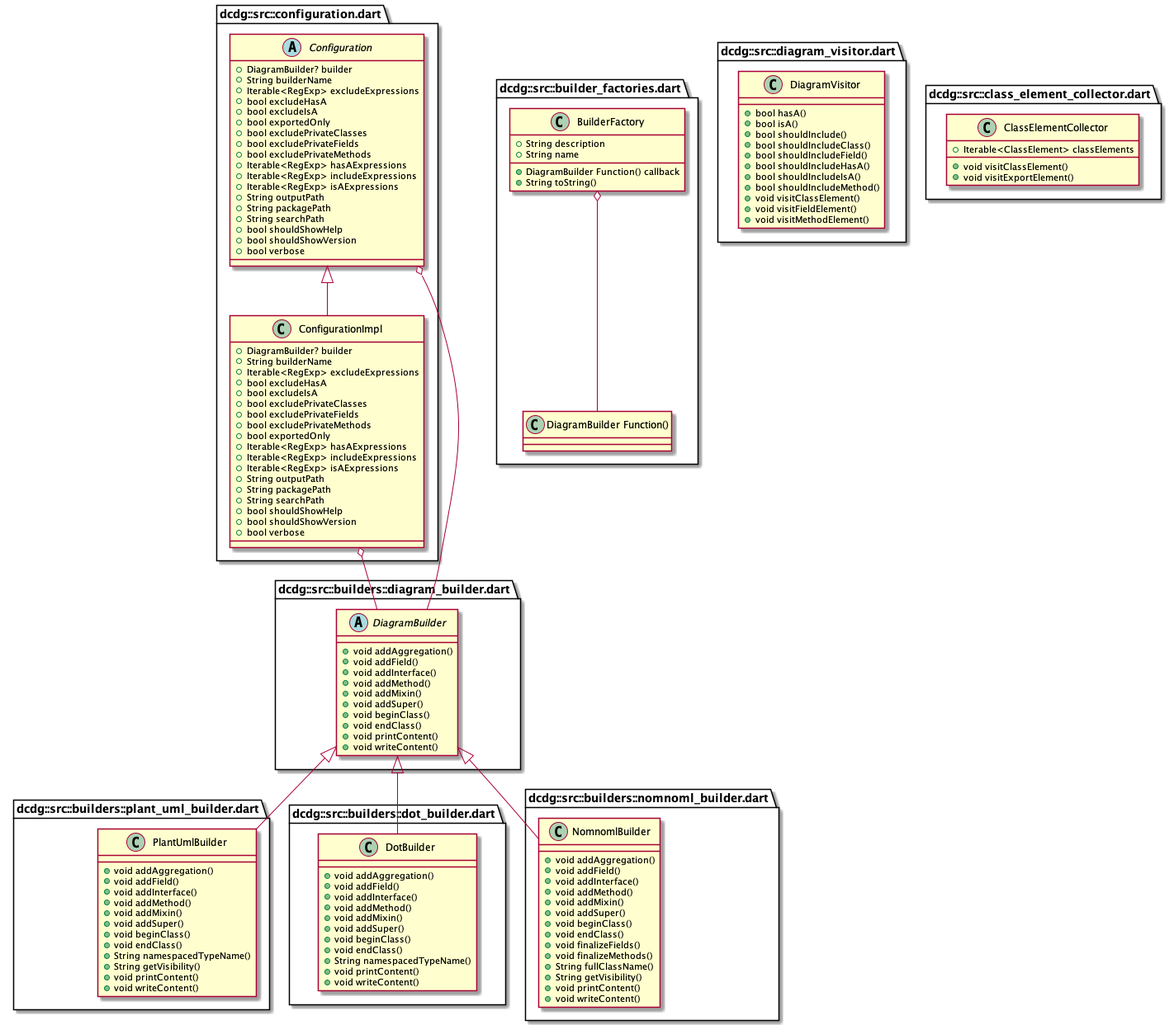
This is example/dcdg.png from glesica/dcdg.dart, a PlantUML export, as it was before one commit.
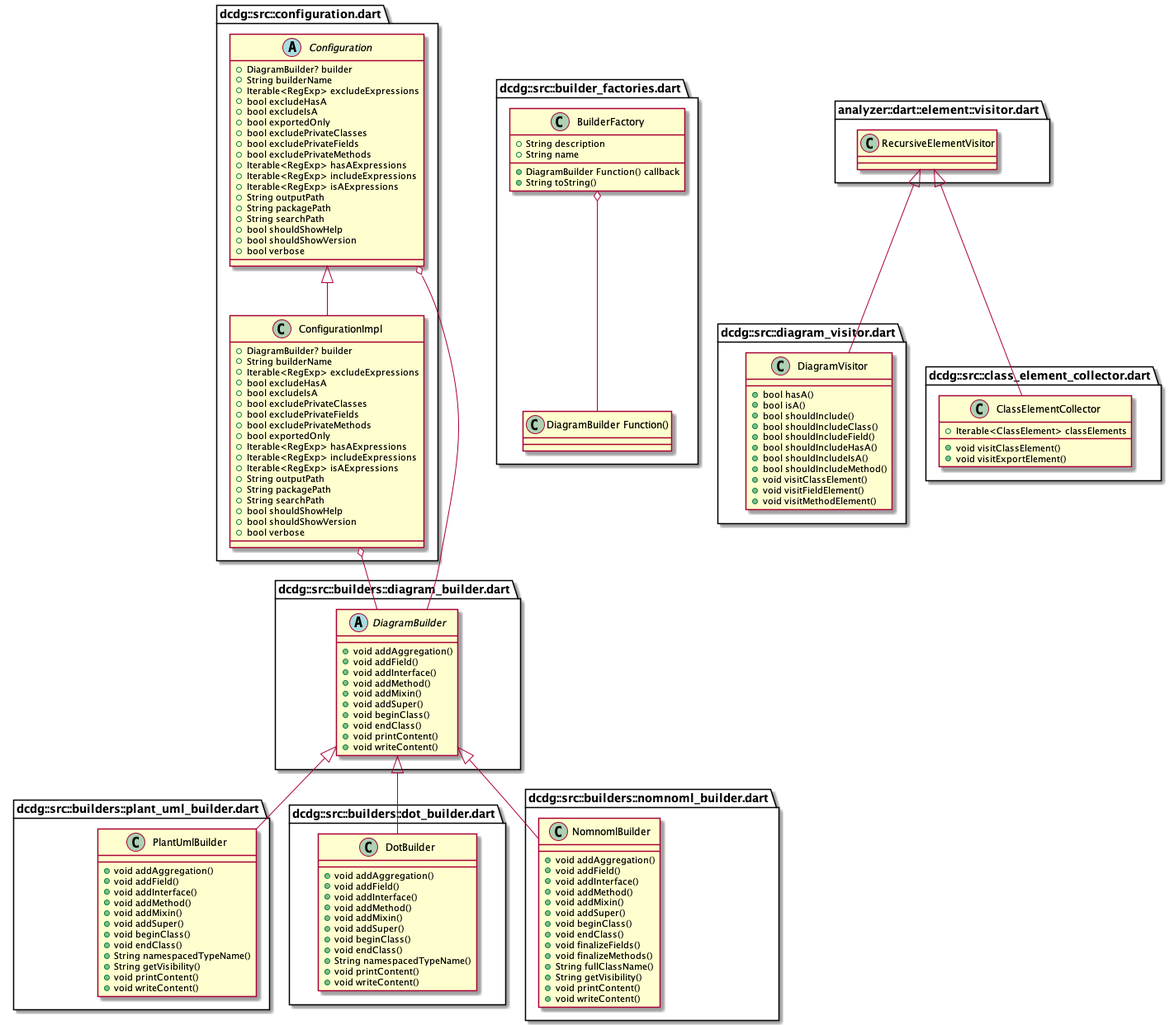
The same file after the commit.

Change to the diagram source:
```diff
@@ -136,11 +136,15 @@
   +void visitMethodElement()
 }
 
+"analyzer::dart::element::visitor.dart::RecursiveElementVisitor" <|-- "dcdg::src::diagram_visitor.dart::DiagramVisitor"
+
 class "dcdg::src::class_element_collector.dart::ClassElementCollector" {
   +Iterable<ClassElement> classElements
   +void visitClassElement()
   +void visitExportElement()
 }
 
+"analyzer::dart::element::visitor.dart::RecursiveElementVisitor" <|-- "dcdg::src::class_element_collector.dart::ClassElementCollector"
+
 
 @enduml
```
